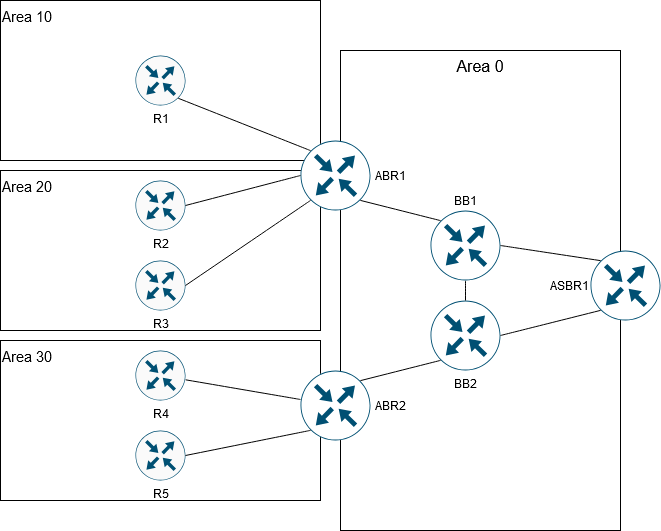
Before: encor/routing/ospf/ospf_lab.drawio.png, a diagram exported from draw.io (rs0les/ccnp_lab). Source tidied: cells renumbered, new cells last; positions are measured from the earlier drawing's top-left corner, leaving out a move shared by most shapes.
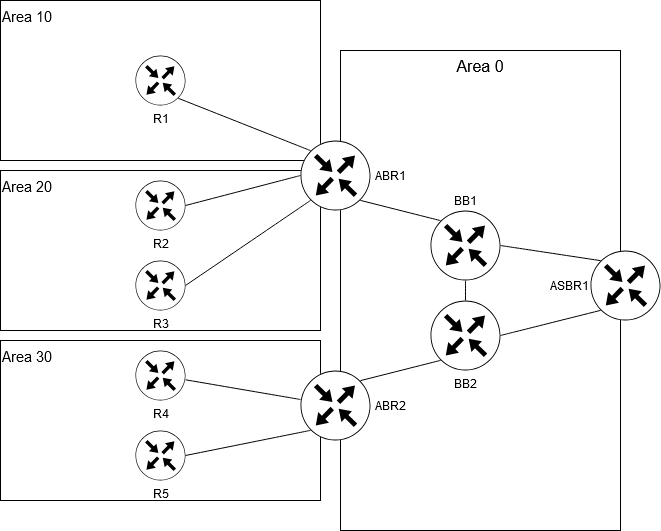
After the commit.

What changed in the source:
```diff
@@ -2,76 +2,76 @@
   <root>
     <mxCell id="0" />
     <mxCell id="1" parent="0" />
-    <mxCell id="2" value="Area 30" style="rounded=0;whiteSpace=wrap;html=1;fontSize=15;verticalAlign=top;align=left;" parent="1" vertex="1">
+    <mxCell id="2" value="Area 30" style="rounded=0;whiteSpace=wrap;html=1;fontSize=15;verticalAlign=top;align=left;labelBackgroundColor=none;" parent="1" vertex="1">
       <mxGeometry y="340" width="320" height="160" as="geometry" />
     </mxCell>
-    <mxCell id="3" value="Area 20" style="rounded=0;whiteSpace=wrap;html=1;fontSize=15;verticalAlign=top;align=left;" parent="1" vertex="1">
+    <mxCell id="3" value="Area 20" style="rounded=0;whiteSpace=wrap;html=1;fontSize=15;verticalAlign=top;align=left;labelBackgroundColor=none;" parent="1" vertex="1">
       <mxGeometry y="170" width="320" height="160" as="geometry" />
     </mxCell>
-    <mxCell id="4" value="Area 10" style="rounded=0;whiteSpace=wrap;html=1;labelPosition=center;verticalLabelPosition=middle;align=left;verticalAlign=top;fontSize=15;" parent="1" vertex="1">
+    <mxCell id="4" value="Area 10" style="rounded=0;whiteSpace=wrap;html=1;labelPosition=center;verticalLabelPosition=middle;align=left;verticalAlign=top;fontSize=15;labelBackgroundColor=none;" parent="1" vertex="1">
       <mxGeometry width="320" height="160" as="geometry" />
     </mxCell>
-    <mxCell id="5" value="Area 0" style="rounded=0;whiteSpace=wrap;html=1;direction=south;labelPosition=center;verticalLabelPosition=middle;align=center;verticalAlign=top;fontSize=16;" parent="1" vertex="1">
+    <mxCell id="5" value="Area 0" style="rounded=0;whiteSpace=wrap;html=1;direction=south;labelPosition=center;verticalLabelPosition=middle;align=center;verticalAlign=top;fontSize=16;labelBackgroundColor=none;" parent="1" vertex="1">
       <mxGeometry x="340" y="50" width="280" height="480" as="geometry" />
     </mxCell>
-    <mxCell id="6" style="edgeStyle=none;shape=connector;curved=1;rounded=0;jettySize=auto;html=1;strokeColor=default;align=center;verticalAlign=middle;fontFamily=Helvetica;fontSize=12;fontColor=default;labelBackgroundColor=default;startSize=8;endArrow=none;endFill=0;endSize=8;" parent="1" edge="1" source="7" target="16">
+    <mxCell id="6" style="edgeStyle=none;shape=connector;curved=1;rounded=0;jettySize=auto;html=1;align=center;verticalAlign=middle;fontFamily=Helvetica;fontSize=12;fontColor=default;labelBackgroundColor=none;startSize=8;endArrow=none;endFill=0;endSize=8;" parent="1" edge="1" source="7" target="16">
       <mxGeometry relative="1" as="geometry" />
     </mxCell>
-    <mxCell id="7" value="&amp;nbsp;ABR2" style="sketch=0;points=[[0.5,0,0],[1,0.5,0],[0.5,1,0],[0,0.5,0],[0.145,0.145,0],[0.8555,0.145,0],[0.855,0.8555,0],[0.145,0.855,0]];verticalLabelPosition=middle;html=1;verticalAlign=middle;align=left;shape=mxgraph.cisco19.rect;prIcon=router;fillColor=default;strokeColor=#005073;labelPosition=right;" parent="1" vertex="1">
+    <mxCell id="7" value="&amp;nbsp;ABR2" style="sketch=0;points=[[0.5,0,0],[1,0.5,0],[0.5,1,0],[0,0.5,0],[0.145,0.145,0],[0.8555,0.145,0],[0.855,0.8555,0],[0.145,0.855,0]];verticalLabelPosition=middle;html=1;verticalAlign=middle;align=left;shape=mxgraph.cisco19.rect;prIcon=router;labelPosition=right;labelBackgroundColor=none;" parent="1" vertex="1">
       <mxGeometry x="300" y="370" width="70" height="70" as="geometry" />
     </mxCell>
-    <mxCell id="8" value="&amp;nbsp;ABR1" style="sketch=0;points=[[0.5,0,0],[1,0.5,0],[0.5,1,0],[0,0.5,0],[0.145,0.145,0],[0.8555,0.145,0],[0.855,0.8555,0],[0.145,0.855,0]];verticalLabelPosition=middle;html=1;verticalAlign=middle;align=left;shape=mxgraph.cisco19.rect;prIcon=router;fillColor=default;strokeColor=#005073;labelPosition=right;" parent="1" vertex="1">
+    <mxCell id="8" value="&amp;nbsp;ABR1" style="sketch=0;points=[[0.5,0,0],[1,0.5,0],[0.5,1,0],[0,0.5,0],[0.145,0.145,0],[0.8555,0.145,0],[0.855,0.8555,0],[0.145,0.855,0]];verticalLabelPosition=middle;html=1;verticalAlign=middle;align=left;shape=mxgraph.cisco19.rect;prIcon=router;labelPosition=right;labelBackgroundColor=none;" parent="1" vertex="1">
       <mxGeometry x="300" y="140" width="70" height="70" as="geometry" />
     </mxCell>
-    <mxCell id="9" value="BB2" style="sketch=0;points=[[0.5,0,0],[1,0.5,0],[0.5,1,0],[0,0.5,0],[0.145,0.145,0],[0.8555,0.145,0],[0.855,0.8555,0],[0.145,0.855,0]];verticalLabelPosition=bottom;html=1;verticalAlign=top;align=center;shape=mxgraph.cisco19.rect;prIcon=router;fillColor=default;strokeColor=#005073;" parent="1" vertex="1">
+    <mxCell id="9" value="BB2" style="sketch=0;points=[[0.5,0,0],[1,0.5,0],[0.5,1,0],[0,0.5,0],[0.145,0.145,0],[0.8555,0.145,0],[0.855,0.8555,0],[0.145,0.855,0]];verticalLabelPosition=bottom;html=1;verticalAlign=top;align=center;shape=mxgraph.cisco19.rect;prIcon=router;labelBackgroundColor=none;" parent="1" vertex="1">
       <mxGeometry x="430" y="300" width="70" height="70" as="geometry" />
     </mxCell>
-    <mxCell id="10" value="ASBR1" style="sketch=0;points=[[0.5,0,0],[1,0.5,0],[0.5,1,0],[0,0.5,0],[0.145,0.145,0],[0.8555,0.145,0],[0.855,0.8555,0],[0.145,0.855,0]];verticalLabelPosition=middle;html=1;verticalAlign=middle;align=right;shape=mxgraph.cisco19.rect;prIcon=router;fillColor=default;strokeColor=#005073;labelPosition=left;" parent="1" vertex="1">
+    <mxCell id="10" value="ASBR1" style="sketch=0;points=[[0.5,0,0],[1,0.5,0],[0.5,1,0],[0,0.5,0],[0.145,0.145,0],[0.8555,0.145,0],[0.855,0.8555,0],[0.145,0.855,0]];verticalLabelPosition=middle;html=1;verticalAlign=middle;align=right;shape=mxgraph.cisco19.rect;prIcon=router;labelPosition=left;labelBackgroundColor=none;" parent="1" vertex="1">
       <mxGeometry x="590" y="250" width="70" height="70" as="geometry" />
     </mxCell>
-    <mxCell id="11" style="edgeStyle=none;shape=connector;curved=1;rounded=0;jettySize=auto;html=1;strokeColor=default;align=center;verticalAlign=middle;fontFamily=Helvetica;fontSize=12;fontColor=default;labelBackgroundColor=default;startSize=8;endArrow=none;endFill=0;endSize=8;" parent="1" edge="1" source="12" target="9">
+    <mxCell id="11" style="edgeStyle=none;shape=connector;curved=1;rounded=0;jettySize=auto;html=1;align=center;verticalAlign=middle;fontFamily=Helvetica;fontSize=12;fontColor=default;labelBackgroundColor=none;startSize=8;endArrow=none;endFill=0;endSize=8;" parent="1" edge="1" source="12" target="9">
       <mxGeometry relative="1" as="geometry" />
     </mxCell>
-    <mxCell id="12" value="BB1" style="sketch=0;points=[[0.5,0,0],[1,0.5,0],[0.5,1,0],[0,0.5,0],[0.145,0.145,0],[0.8555,0.145,0],[0.855,0.8555,0],[0.145,0.855,0]];verticalLabelPosition=top;html=1;verticalAlign=bottom;align=center;shape=mxgraph.cisco19.rect;prIcon=router;fillColor=default;strokeColor=#005073;labelPosition=center;" parent="1" vertex="1">
+    <mxCell id="12" value="BB1" style="sketch=0;points=[[0.5,0,0],[1,0.5,0],[0.5,1,0],[0,0.5,0],[0.145,0.145,0],[0.8555,0.145,0],[0.855,0.8555,0],[0.145,0.855,0]];verticalLabelPosition=top;html=1;verticalAlign=bottom;align=center;shape=mxgraph.cisco19.rect;prIcon=router;labelPosition=center;labelBackgroundColor=none;" parent="1" vertex="1">
       <mxGeometry x="430" y="210" width="70" height="70" as="geometry" />
     </mxCell>
-    <mxCell id="13" value="R1" style="sketch=0;points=[[0.5,0,0],[1,0.5,0],[0.5,1,0],[0,0.5,0],[0.145,0.145,0],[0.8555,0.145,0],[0.855,0.8555,0],[0.145,0.855,0]];verticalLabelPosition=bottom;html=1;verticalAlign=top;align=center;shape=mxgraph.cisco19.rect;prIcon=router;fillColor=#FAFAFA;strokeColor=#005073;" parent="1" vertex="1">
+    <mxCell id="13" value="R1" style="sketch=0;points=[[0.5,0,0],[1,0.5,0],[0.5,1,0],[0,0.5,0],[0.145,0.145,0],[0.8555,0.145,0],[0.855,0.8555,0],[0.145,0.855,0]];verticalLabelPosition=bottom;html=1;verticalAlign=top;align=center;shape=mxgraph.cisco19.rect;prIcon=router;labelBackgroundColor=none;" parent="1" vertex="1">
       <mxGeometry x="135" y="55" width="50" height="50" as="geometry" />
     </mxCell>
-    <mxCell id="14" value="R2" style="sketch=0;points=[[0.5,0,0],[1,0.5,0],[0.5,1,0],[0,0.5,0],[0.145,0.145,0],[0.8555,0.145,0],[0.855,0.8555,0],[0.145,0.855,0]];verticalLabelPosition=bottom;html=1;verticalAlign=top;align=center;shape=mxgraph.cisco19.rect;prIcon=router;fillColor=#FAFAFA;strokeColor=#005073;labelPosition=center;" parent="1" vertex="1">
+    <mxCell id="14" value="R2" style="sketch=0;points=[[0.5,0,0],[1,0.5,0],[0.5,1,0],[0,0.5,0],[0.145,0.145,0],[0.8555,0.145,0],[0.855,0.8555,0],[0.145,0.855,0]];verticalLabelPosition=bottom;html=1;verticalAlign=top;align=center;shape=mxgraph.cisco19.rect;prIcon=router;labelPosition=center;labelBackgroundColor=none;" parent="1" vertex="1">
       <mxGeometry x="135" y="180" width="50" height="50" as="geometry" />
     </mxCell>
-    <mxCell id="15" value="R3" style="sketch=0;points=[[0.5,0,0],[1,0.5,0],[0.5,1,0],[0,0.5,0],[0.145,0.145,0],[0.8555,0.145,0],[0.855,0.8555,0],[0.145,0.855,0]];verticalLabelPosition=bottom;html=1;verticalAlign=top;align=center;shape=mxgraph.cisco19.rect;prIcon=router;fillColor=#FAFAFA;strokeColor=#005073;" parent="1" vertex="1">
+    <mxCell id="15" value="R3" style="sketch=0;points=[[0.5,0,0],[1,0.5,0],[0.5,1,0],[0,0.5,0],[0.145,0.145,0],[0.8555,0.145,0],[0.855,0.8555,0],[0.145,0.855,0]];verticalLabelPosition=bottom;html=1;verticalAlign=top;align=center;shape=mxgraph.cisco19.rect;prIcon=router;labelBackgroundColor=none;" parent="1" vertex="1">
       <mxGeometry x="135" y="260" width="50" height="50" as="geometry" />
     </mxCell>
-    <mxCell id="16" value="R4" style="sketch=0;points=[[0.5,0,0],[1,0.5,0],[0.5,1,0],[0,0.5,0],[0.145,0.145,0],[0.8555,0.145,0],[0.855,0.8555,0],[0.145,0.855,0]];verticalLabelPosition=bottom;html=1;verticalAlign=top;align=center;shape=mxgraph.cisco19.rect;prIcon=router;fillColor=#FAFAFA;strokeColor=#005073;labelPosition=center;" parent="1" vertex="1">
+    <mxCell id="16" value="R4" style="sketch=0;points=[[0.5,0,0],[1,0.5,0],[0.5,1,0],[0,0.5,0],[0.145,0.145,0],[0.8555,0.145,0],[0.855,0.8555,0],[0.145,0.855,0]];verticalLabelPosition=bottom;html=1;verticalAlign=top;align=center;shape=mxgraph.cisco19.rect;prIcon=router;labelPosition=center;labelBackgroundColor=none;" parent="1" vertex="1">
       <mxGeometry x="135" y="350" width="50" height="50" as="geometry" />
     </mxCell>
-    <mxCell id="17" value="R5" style="sketch=0;points=[[0.5,0,0],[1,0.5,0],[0.5,1,0],[0,0.5,0],[0.145,0.145,0],[0.8555,0.145,0],[0.855,0.8555,0],[0.145,0.855,0]];verticalLabelPosition=bottom;html=1;verticalAlign=top;align=center;shape=mxgraph.cisco19.rect;prIcon=router;fillColor=#FAFAFA;strokeColor=#005073;labelPosition=center;" parent="1" vertex="1">
+    <mxCell id="17" value="R5" style="sketch=0;points=[[0.5,0,0],[1,0.5,0],[0.5,1,0],[0,0.5,0],[0.145,0.145,0],[0.8555,0.145,0],[0.855,0.8555,0],[0.145,0.855,0]];verticalLabelPosition=bottom;html=1;verticalAlign=top;align=center;shape=mxgraph.cisco19.rect;prIcon=router;labelPosition=center;labelBackgroundColor=none;" parent="1" vertex="1">
       <mxGeometry x="135" y="430" width="50" height="50" as="geometry" />
     </mxCell>
-    <mxCell id="18" style="edgeStyle=none;curved=1;rounded=0;jettySize=auto;html=1;exitX=1;exitY=0.5;exitDx=0;exitDy=0;exitPerimeter=0;entryX=0.145;entryY=0.855;entryDx=0;entryDy=0;entryPerimeter=0;fontSize=12;startSize=8;endSize=8;endArrow=none;endFill=0;" parent="1" edge="1" source="9" target="10">
+    <mxCell id="18" style="edgeStyle=none;curved=1;rounded=0;jettySize=auto;html=1;exitX=1;exitY=0.5;exitDx=0;exitDy=0;exitPerimeter=0;entryX=0.145;entryY=0.855;entryDx=0;entryDy=0;entryPerimeter=0;fontSize=12;startSize=8;endSize=8;endArrow=none;endFill=0;labelBackgroundColor=none;fontColor=default;" parent="1" edge="1" source="9" target="10">
       <mxGeometry relative="1" as="geometry" />
     </mxCell>
-    <mxCell id="19" style="edgeStyle=none;shape=connector;curved=1;rounded=0;jettySize=auto;html=1;exitX=1;exitY=0.5;exitDx=0;exitDy=0;exitPerimeter=0;entryX=0.145;entryY=0.145;entryDx=0;entryDy=0;entryPerimeter=0;strokeColor=default;align=center;verticalAlign=middle;fontFamily=Helvetica;fontSize=12;fontColor=default;labelBackgroundColor=default;startSize=8;endArrow=none;endFill=0;endSize=8;" parent="1" edge="1" source="12" target="10">
+    <mxCell id="19" style="edgeStyle=none;shape=connector;curved=1;rounded=0;jettySize=auto;html=1;exitX=1;exitY=0.5;exitDx=0;exitDy=0;exitPerimeter=0;entryX=0.145;entryY=0.145;entryDx=0;entryDy=0;entryPerimeter=0;align=center;verticalAlign=middle;fontFamily=Helvetica;fontSize=12;fontColor=default;labelBackgroundColor=none;startSize=8;endArrow=none;endFill=0;endSize=8;" parent="1" edge="1" source="12" target="10">
       <mxGeometry relative="1" as="geometry" />
     </mxCell>
-    <mxCell id="20" style="edgeStyle=none;shape=connector;curved=1;rounded=0;jettySize=auto;html=1;exitX=0.145;exitY=0.145;exitDx=0;exitDy=0;exitPerimeter=0;entryX=0.855;entryY=0.8555;entryDx=0;entryDy=0;entryPerimeter=0;strokeColor=default;align=center;verticalAlign=middle;fontFamily=Helvetica;fontSize=12;fontColor=default;labelBackgroundColor=default;startSize=8;endArrow=none;endFill=0;endSize=8;" parent="1" edge="1" source="12" target="8">
+    <mxCell id="20" style="edgeStyle=none;shape=connector;curved=1;rounded=0;jettySize=auto;html=1;exitX=0.145;exitY=0.145;exitDx=0;exitDy=0;exitPerimeter=0;entryX=0.855;entryY=0.8555;entryDx=0;entryDy=0;entryPerimeter=0;align=center;verticalAlign=middle;fontFamily=Helvetica;fontSize=12;fontColor=default;labelBackgroundColor=none;startSize=8;endArrow=none;endFill=0;endSize=8;" parent="1" edge="1" source="12" target="8">
       <mxGeometry relative="1" as="geometry" />
     </mxCell>
-    <mxCell id="21" style="edgeStyle=none;shape=connector;curved=1;rounded=0;jettySize=auto;html=1;exitX=0.145;exitY=0.855;exitDx=0;exitDy=0;exitPerimeter=0;entryX=0.8555;entryY=0.145;entryDx=0;entryDy=0;entryPerimeter=0;strokeColor=default;align=center;verticalAlign=middle;fontFamily=Helvetica;fontSize=12;fontColor=default;labelBackgroundColor=default;startSize=8;endArrow=none;endFill=0;endSize=8;" parent="1" edge="1" source="9" target="7">
+    <mxCell id="21" style="edgeStyle=none;shape=connector;curved=1;rounded=0;jettySize=auto;html=1;exitX=0.145;exitY=0.855;exitDx=0;exitDy=0;exitPerimeter=0;entryX=0.8555;entryY=0.145;entryDx=0;entryDy=0;entryPerimeter=0;align=center;verticalAlign=middle;fontFamily=Helvetica;fontSize=12;fontColor=default;labelBackgroundColor=none;startSize=8;endArrow=none;endFill=0;endSize=8;" parent="1" edge="1" source="9" target="7">
       <mxGeometry relative="1" as="geometry" />
     </mxCell>
-    <mxCell id="22" style="edgeStyle=none;shape=connector;curved=1;rounded=0;jettySize=auto;html=1;exitX=0.145;exitY=0.855;exitDx=0;exitDy=0;exitPerimeter=0;entryX=1;entryY=0.5;entryDx=0;entryDy=0;entryPerimeter=0;strokeColor=default;align=center;verticalAlign=middle;fontFamily=Helvetica;fontSize=12;fontColor=default;labelBackgroundColor=default;startSize=8;endArrow=none;endFill=0;endSize=8;" parent="1" edge="1" source="7" target="17">
+    <mxCell id="22" style="edgeStyle=none;shape=connector;curved=1;rounded=0;jettySize=auto;html=1;exitX=0.145;exitY=0.855;exitDx=0;exitDy=0;exitPerimeter=0;entryX=1;entryY=0.5;entryDx=0;entryDy=0;entryPerimeter=0;align=center;verticalAlign=middle;fontFamily=Helvetica;fontSize=12;fontColor=default;labelBackgroundColor=none;startSize=8;endArrow=none;endFill=0;endSize=8;" parent="1" edge="1" source="7" target="17">
       <mxGeometry relative="1" as="geometry" />
     </mxCell>
-    <mxCell id="23" style="edgeStyle=none;shape=connector;curved=1;rounded=0;jettySize=auto;html=1;exitX=0.145;exitY=0.145;exitDx=0;exitDy=0;exitPerimeter=0;entryX=0.855;entryY=0.8555;entryDx=0;entryDy=0;entryPerimeter=0;strokeColor=default;align=center;verticalAlign=middle;fontFamily=Helvetica;fontSize=12;fontColor=default;labelBackgroundColor=default;startSize=8;endArrow=none;endFill=0;endSize=8;" parent="1" edge="1" source="8" target="13">
+    <mxCell id="23" style="edgeStyle=none;shape=connector;curved=1;rounded=0;jettySize=auto;html=1;exitX=0.145;exitY=0.145;exitDx=0;exitDy=0;exitPerimeter=0;entryX=0.855;entryY=0.8555;entryDx=0;entryDy=0;entryPerimeter=0;align=center;verticalAlign=middle;fontFamily=Helvetica;fontSize=12;fontColor=default;labelBackgroundColor=none;startSize=8;endArrow=none;endFill=0;endSize=8;" parent="1" edge="1" source="8" target="13">
       <mxGeometry relative="1" as="geometry" />
     </mxCell>
-    <mxCell id="24" style="edgeStyle=none;shape=connector;curved=1;rounded=0;jettySize=auto;html=1;exitX=0;exitY=0.5;exitDx=0;exitDy=0;exitPerimeter=0;entryX=1;entryY=0.5;entryDx=0;entryDy=0;entryPerimeter=0;strokeColor=default;align=center;verticalAlign=middle;fontFamily=Helvetica;fontSize=12;fontColor=default;labelBackgroundColor=default;startSize=8;endArrow=none;endFill=0;endSize=8;" parent="1" edge="1" source="8" target="14">
+    <mxCell id="24" style="edgeStyle=none;shape=connector;curved=1;rounded=0;jettySize=auto;html=1;exitX=0;exitY=0.5;exitDx=0;exitDy=0;exitPerimeter=0;entryX=1;entryY=0.5;entryDx=0;entryDy=0;entryPerimeter=0;align=center;verticalAlign=middle;fontFamily=Helvetica;fontSize=12;fontColor=default;labelBackgroundColor=none;startSize=8;endArrow=none;endFill=0;endSize=8;" parent="1" edge="1" source="8" target="14">
       <mxGeometry relative="1" as="geometry" />
     </mxCell>
-    <mxCell id="25" style="edgeStyle=none;shape=connector;curved=1;rounded=0;jettySize=auto;html=1;exitX=0.145;exitY=0.855;exitDx=0;exitDy=0;exitPerimeter=0;entryX=1;entryY=0.5;entryDx=0;entryDy=0;entryPerimeter=0;strokeColor=default;align=center;verticalAlign=middle;fontFamily=Helvetica;fontSize=12;fontColor=default;labelBackgroundColor=default;startSize=8;endArrow=none;endFill=0;endSize=8;" parent="1" edge="1" source="8" target="15">
+    <mxCell id="25" style="edgeStyle=none;shape=connector;curved=1;rounded=0;jettySize=auto;html=1;exitX=0.145;exitY=0.855;exitDx=0;exitDy=0;exitPerimeter=0;entryX=1;entryY=0.5;entryDx=0;entryDy=0;entryPerimeter=0;align=center;verticalAlign=middle;fontFamily=Helvetica;fontSize=12;fontColor=default;labelBackgroundColor=none;startSize=8;endArrow=none;endFill=0;endSize=8;" parent="1" edge="1" source="8" target="15">
       <mxGeometry relative="1" as="geometry" />
     </mxCell>
   </root>
```
